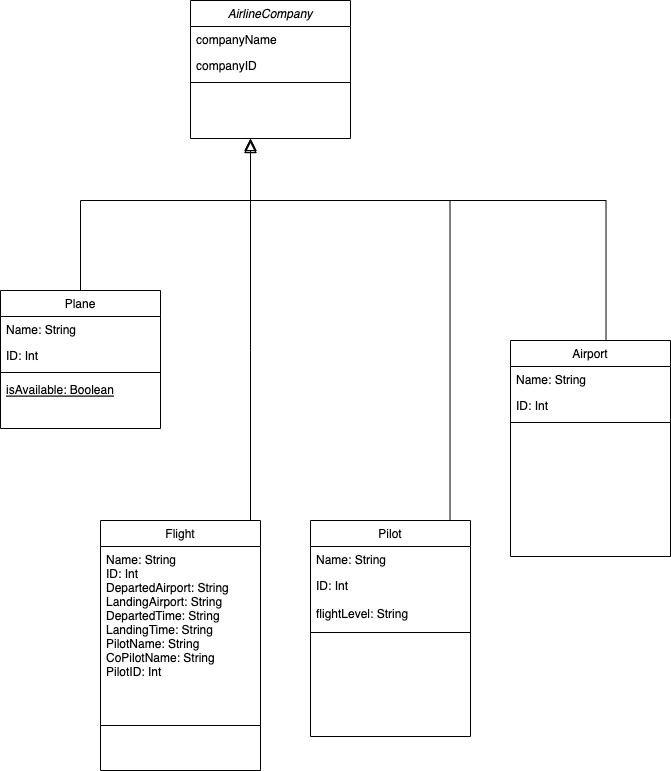
Earlier version of the draw.io export AirlineDiagram.drawio.png (tgbirmak/patika.dev-Projeler). Source tidied: cells renumbered, new cells last; positions are measured from the earlier drawing's top-left corner, leaving out a move shared by most shapes.
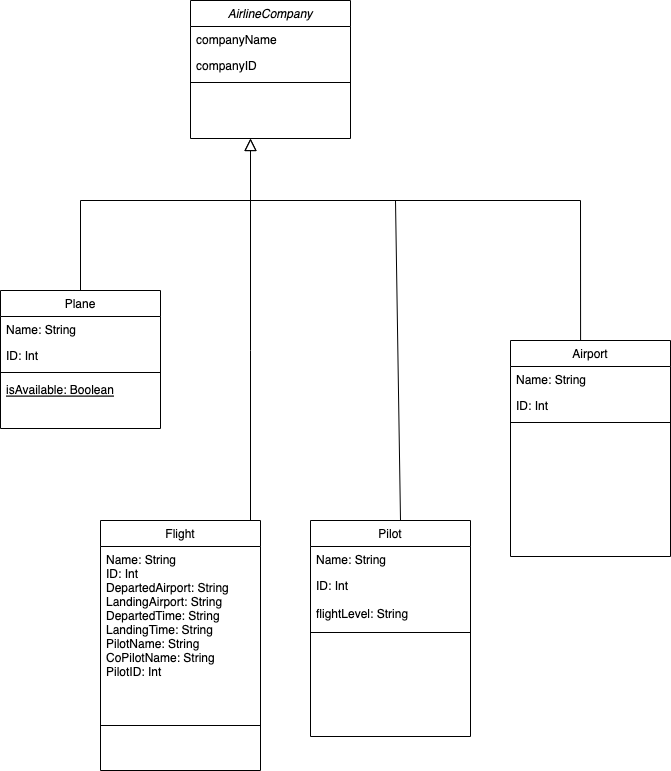
Above is the later version.

What changed in the source:
```diff
@@ -80,23 +80,22 @@
     <mxCell id="24" style="line;html=1;strokeWidth=1;align=left;verticalAlign=middle;spacingTop=-1;spacingLeft=3;spacingRight=3;labelPosition=right;" parent="20" vertex="1">
       <mxGeometry y="108" width="160" height="8" as="geometry" />
     </mxCell>
-    <mxCell id="25" style="endArrow=block;endSize=10;endFill=0;shadow=0;strokeWidth=1;rounded=0;edgeStyle=elbowEdgeStyle;elbow=vertical;exitX=0.872;exitY=0;exitDx=0;exitDy=0;exitPerimeter=0;" parent="1" edge="1" source="20">
-      <mxGeometry relative="1" as="geometry">
-        <mxPoint x="250" y="140" as="targetPoint" />
-        <Array as="points">
-          <mxPoint x="250" y="200" />
-          <mxPoint x="90" y="230" />
-        </Array>
-      </mxGeometry>
-    </mxCell>
-    <mxCell id="26" style="endArrow=block;endSize=10;endFill=0;shadow=0;strokeWidth=1;rounded=0;edgeStyle=elbowEdgeStyle;elbow=vertical;exitX=0.597;exitY=-0.005;exitDx=0;exitDy=0;exitPerimeter=0;" parent="1" edge="1" source="16">
-      <mxGeometry relative="1" as="geometry">
-        <mxPoint x="250" y="140" as="targetPoint" />
-        <Array as="points">
-          <mxPoint x="430" y="200" />
-          <mxPoint x="100" y="240" />
-        </Array>
-      </mxGeometry>
-    </mxCell>
+    <mxCell id="27" style="endArrow=none;html=1;rounded=0;entryX=0.438;entryY=0;entryDx=0;entryDy=0;entryPerimeter=0;" parent="1" edge="1" target="16">
+      <mxGeometry relative="1" as="geometry">
+        <mxPoint x="250" y="200" as="sourcePoint" />
+        <Array as="points">
+          <mxPoint x="580" y="200" />
+        </Array>
+      </mxGeometry>
+    </mxCell>
+    <mxCell id="28" style="endArrow=none;html=1;rounded=0;" parent="1" edge="1">
+      <mxGeometry relative="1" as="geometry">
+        <mxPoint x="240" y="200" as="sourcePoint" />
+        <mxPoint x="400" y="520" as="targetPoint" />
+        <Array as="points">
+          <mxPoint x="395" y="200" />
+        </Array>
+      </mxGeometry>
+    </mxCell>
   </root>
 </mxGraphModel>
```
